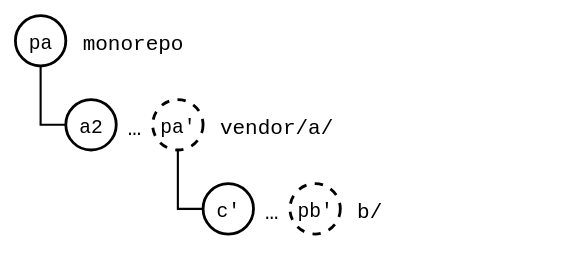
Earlier version of the draw.io export docs/09-scenarios/05-nested-splices/01-nested-splices/below-after-pull-a.drawio.svg (roschaefer/git-splice). Source tidied: cells renumbered, new cells last; positions are measured from the earlier drawing's top-left corner, leaving out a move shared by most shapes.
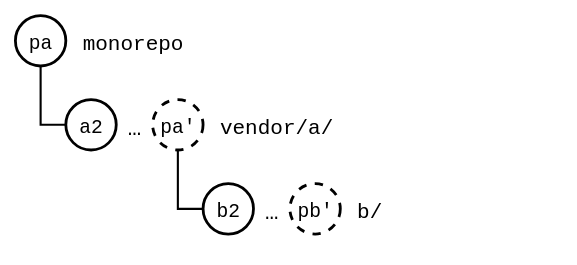
The same file after the commit.

What changed in the source:
```diff
@@ -20,7 +20,7 @@
     <mxCell id="7" value="vendor/a/" style="text;align=left;verticalAlign=middle;fontSize=15;fontFamily=Roboto Mono,monospace;" parent="1" vertex="1">
       <mxGeometry x="144" y="60" width="201" height="36" as="geometry" />
     </mxCell>
-    <mxCell id="8" value="c'" style="ellipse;strokeWidth=2;fontSize=14;fontFamily=Roboto Mono,monospace;" parent="1" vertex="1">
+    <mxCell id="8" value="b2" style="ellipse;strokeWidth=2;fontSize=14;fontFamily=Roboto Mono,monospace;" parent="1" vertex="1">
       <mxGeometry x="134" y="120" width="36" height="36" as="geometry" />
     </mxCell>
     <mxCell id="9" value="…" style="text;align=center;verticalAlign=middle;fontSize=16;fontFamily=Roboto Mono,monospace;" parent="1" vertex="1">
```
